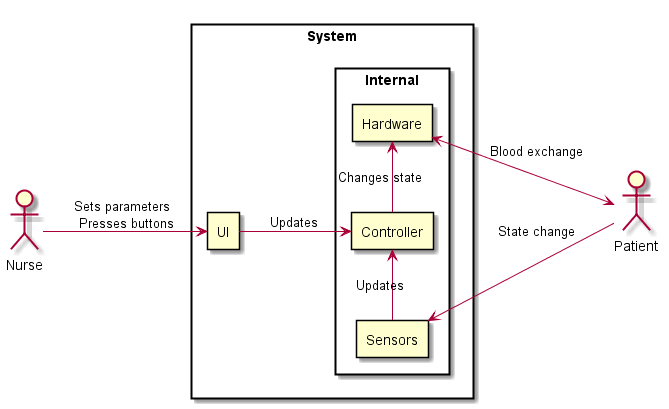
Before: report/latex/plantuml/AllActors.png, a diagram exported from PlantUML (AndersCan/EventB-HD).
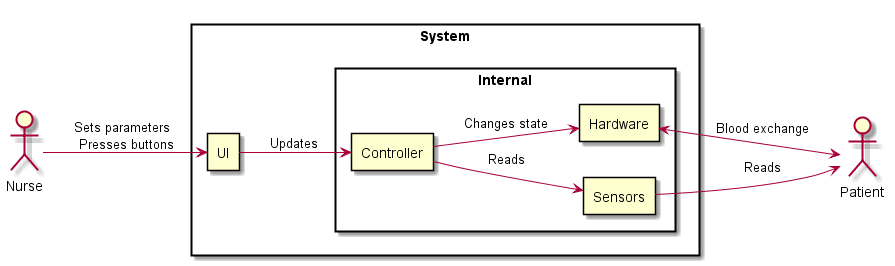
The same file after the commit.

Commit message:
Updated the Actor diagram

The edit, as a diff of the source:
```diff
@@ -15,8 +15,8 @@
 
 Nurse -> UI : Sets parameters \n Presses buttons
 UI -> Controller : Updates
-Controller -> Hardware : Changes state
-Sensors -> Controller : Updates
-Patient <-left-> Hardware : Blood exchange
-Patient -left-> Sensors : State change
+Controller --> Hardware : Changes state
+Controller --> Sensors : Reads
+Patient <-> Hardware : Blood exchange
+Patient <-left- Sensors : Reads
 @enduml
```
